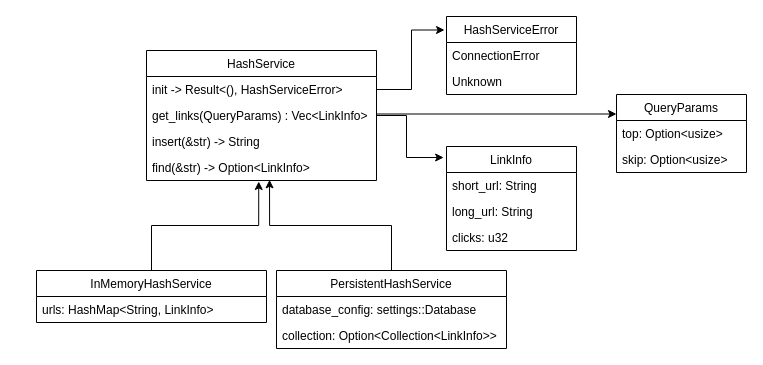
The draw.io diagram page "hashservice" (2 of 4) of docs/url-shortener.drawio in ivanenkomaksym/rust-short-url, before the edit. Source tidied: cells renumbered, new cells numbered last; positions are measured from the earlier drawing's top-left corner, leaving out a move shared by most shapes. Both pictures are drawn from the tidied source at 100%, with x=0, y=0 at pixel (36, 16).
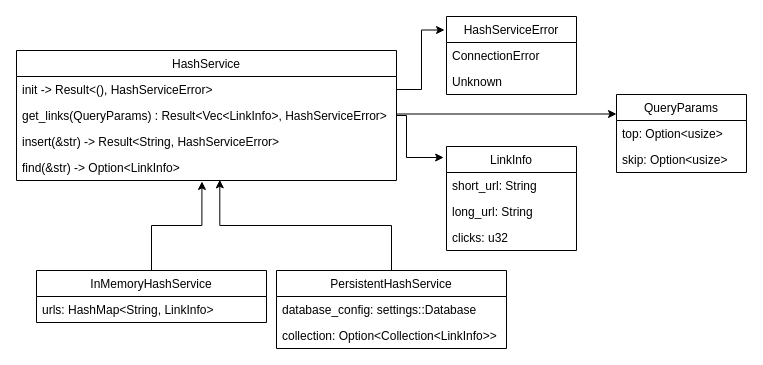
The same diagram, later.

The edit, as a diff of the source:
```diff
@@
     <mxCell id="2" value="HashService" style="swimlane;fontStyle=0;horizontal=1;startSize=26;fillColor=none;" parent="1" vertex="1">
-      <mxGeometry x="110" y="34" width="230" height="130" as="geometry" />
+      <mxGeometry x="-20" y="34" width="380" height="130" as="geometry" />
     </mxCell>
     <mxCell id="3" value="init -&gt; Result&lt;(), HashServiceError&gt;" style="text;strokeColor=none;fillColor=none;align=left;verticalAlign=top;spacingLeft=4;spacingRight=4;overflow=hidden;points=[[0,0.5],[1,0.5]];portConstraint=eastwest;" parent="2" vertex="1">
-      <mxGeometry y="26" width="230" height="26" as="geometry" />
+      <mxGeometry y="26" width="380" height="26" as="geometry" />
     </mxCell>
-    <mxCell id="4" value="get_links(QueryParams) : Vec&lt;LinkInfo&gt;" style="text;strokeColor=none;fillColor=none;align=left;verticalAlign=top;spacingLeft=4;spacingRight=4;overflow=hidden;points=[[0,0.5],[1,0.5]];portConstraint=eastwest;" parent="2" vertex="1">
-      <mxGeometry y="52" width="230" height="26" as="geometry" />
+    <mxCell id="4" value="get_links(QueryParams) : Result&lt;Vec&lt;LinkInfo&gt;, HashServiceError&gt;" style="text;strokeColor=none;fillColor=none;align=left;verticalAlign=top;spacingLeft=4;spacingRight=4;overflow=hidden;points=[[0,0.5],[1,0.5]];portConstraint=eastwest;" parent="2" vertex="1">
+      <mxGeometry y="52" width="380" height="26" as="geometry" />
     </mxCell>
-    <mxCell id="5" value="insert(&amp;str) -&gt; String" style="text;strokeColor=none;fillColor=none;align=left;verticalAlign=top;spacingLeft=4;spacingRight=4;overflow=hidden;" parent="2" vertex="1">
-      <mxGeometry y="78" width="230" height="26" as="geometry" />
+    <mxCell id="5" value="insert(&amp;str) -&gt; Result&lt;String, HashServiceError&gt;" style="text;strokeColor=none;fillColor=none;align=left;verticalAlign=top;spacingLeft=4;spacingRight=4;overflow=hidden;" parent="2" vertex="1">
+      <mxGeometry y="78" width="380" height="26" as="geometry" />
     </mxCell>
     <mxCell id="6" value="find(&amp;str) -&gt; Option&lt;LinkInfo&gt;" style="text;strokeColor=none;fillColor=none;align=left;verticalAlign=top;spacingLeft=4;spacingRight=4;overflow=hidden;points=[[0,0.5],[1,0.5]];portConstraint=eastwest;" parent="2" vertex="1">
-      <mxGeometry y="104" width="230" height="26" as="geometry" />
+      <mxGeometry y="104" width="380" height="26" as="geometry" />
     </mxCell>
```
